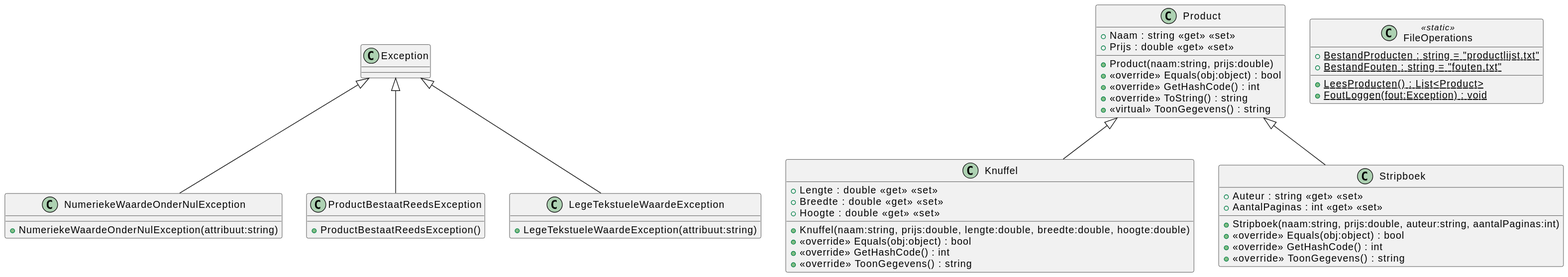
Above: 12/12_02/svg/Overview.svg in it-graduaten/template-csharp-ooprogramming-permanente-evaluatie (PlantUML), before the change. Source of this version:
```plantuml
@startuml
!include NumeriekeWaardeOnderNulException.puml
!include Knuffel.puml
!include Product.puml
!include ProductBestaatReedsException.puml
!include LegeTekstueleWaardeException.puml
!include FileOperations.puml
!include Stripboek.puml
@enduml
```
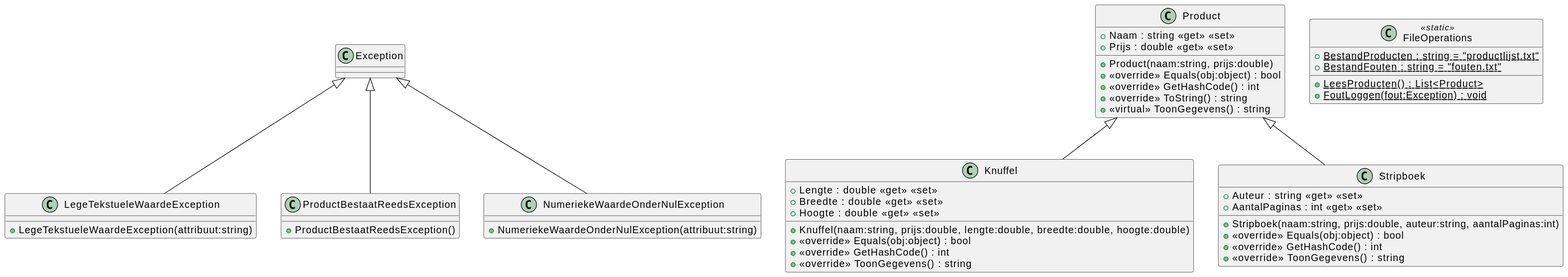
Later version of the same file.

What changed in the source:
```diff
@@ -1,9 +1,9 @@
 @startuml
+!include LegeTekstueleWaardeException.puml
+!include Knuffel.puml
+!include ProductBestaatReedsException.puml
+!include Stripboek.puml
+!include FileOperations.puml
 !include NumeriekeWaardeOnderNulException.puml
-!include Knuffel.puml
 !include Product.puml
-!include ProductBestaatReedsException.puml
-!include LegeTekstueleWaardeException.puml
-!include FileOperations.puml
-!include Stripboek.puml
 @enduml
```
